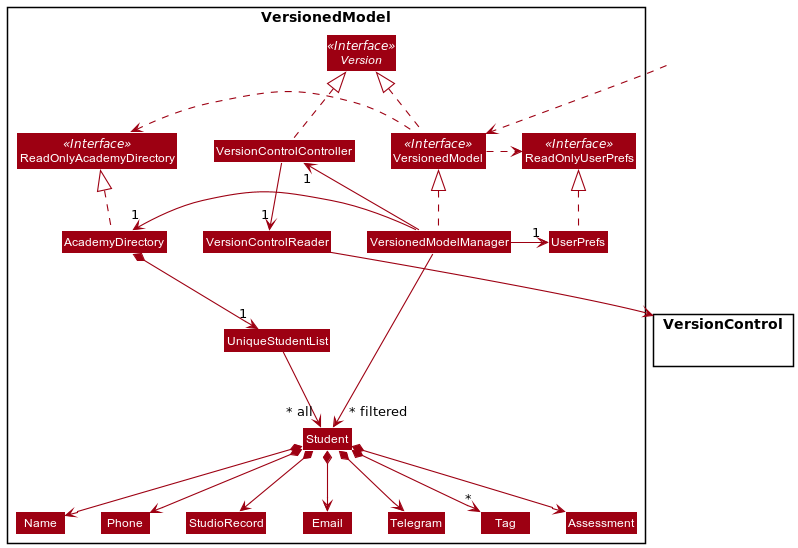
Before: docs/images/dg/architecture/model/ModelClassDiagram.png, a diagram exported from PlantUML (nus-cs2103-AY2122S1/tp).
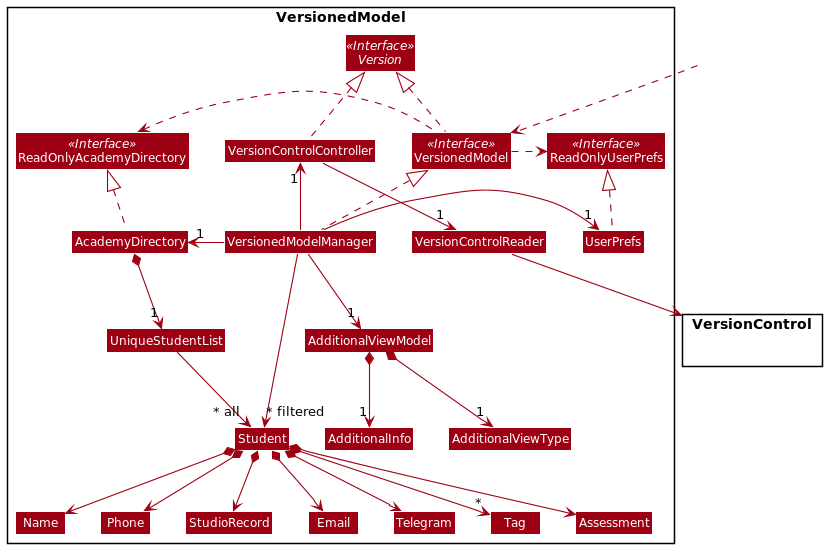
After the commit.

Commit message:
Add AdditionalViewModel in VersionModel class diagram

Diff of the diagram source:
```diff
@@ -18,6 +18,9 @@
 Class VersionControlReader
 Class UserPrefs
 Class ReadOnlyUserPrefs
+Class AdditionalViewModel
+Class AdditionalViewType
+Class AdditionalInfo
 
 
 Class UniqueStudentList
@@ -52,6 +55,10 @@
 VersionedModelManager -left-> "1" AcademyDirectory
 VersionedModelManager -right-> "1" UserPrefs
 VersionedModelManager -left-> "1" VersionControlController
+VersionedModelManager -down-> "1" AdditionalViewModel
+
+AdditionalViewModel *-down-> "1" AdditionalInfo
+AdditionalViewModel *-down-> "1" AdditionalViewType
 
 AcademyDirectory *--> "1" UniqueStudentList
 UniqueStudentList --> "~* all" Student
```
